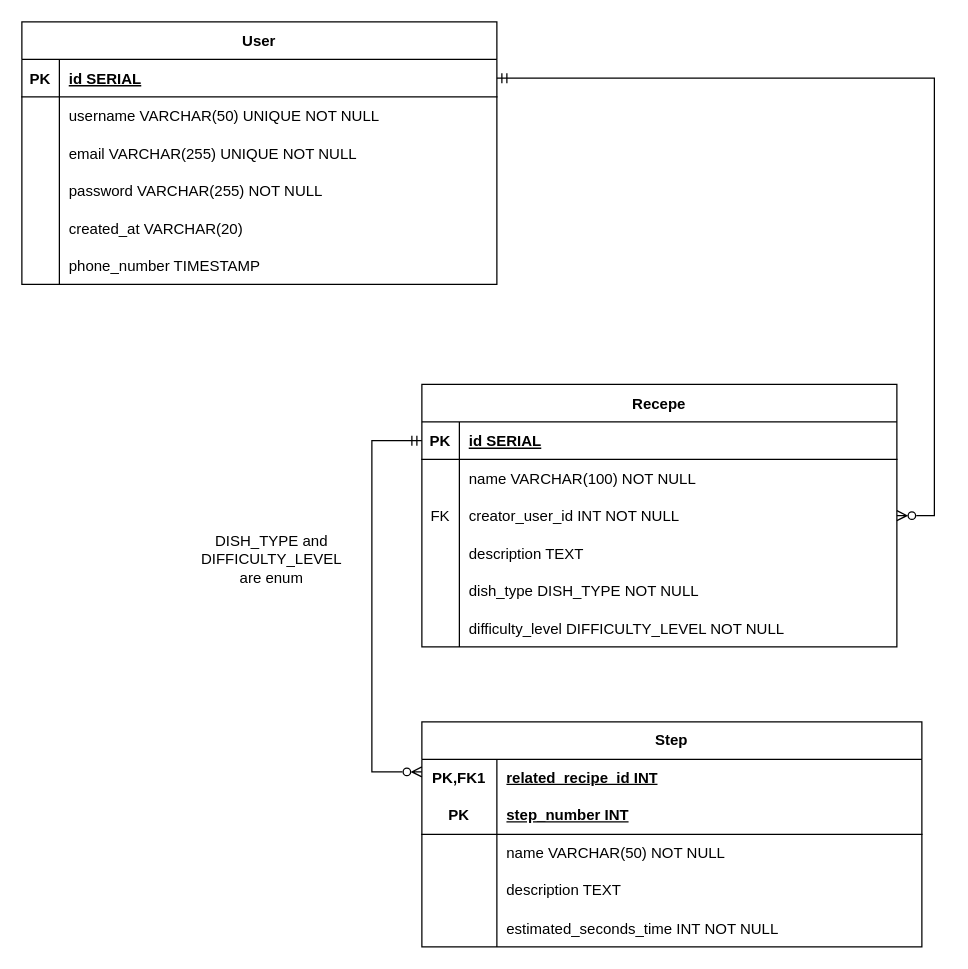
Earlier version of the draw.io diagram API_documentation/swiss_kitchen_db.drawio (CamilleTCH/MM-207-Project-Swiss-Kitchen). Source tidied: cells renumbered, new cells numbered last; positions are measured from the earlier drawing's top-left corner, leaving out a move shared by most shapes. Both pictures are drawn from the tidied source at 125%, with x=0, y=0 at pixel (21, 21).
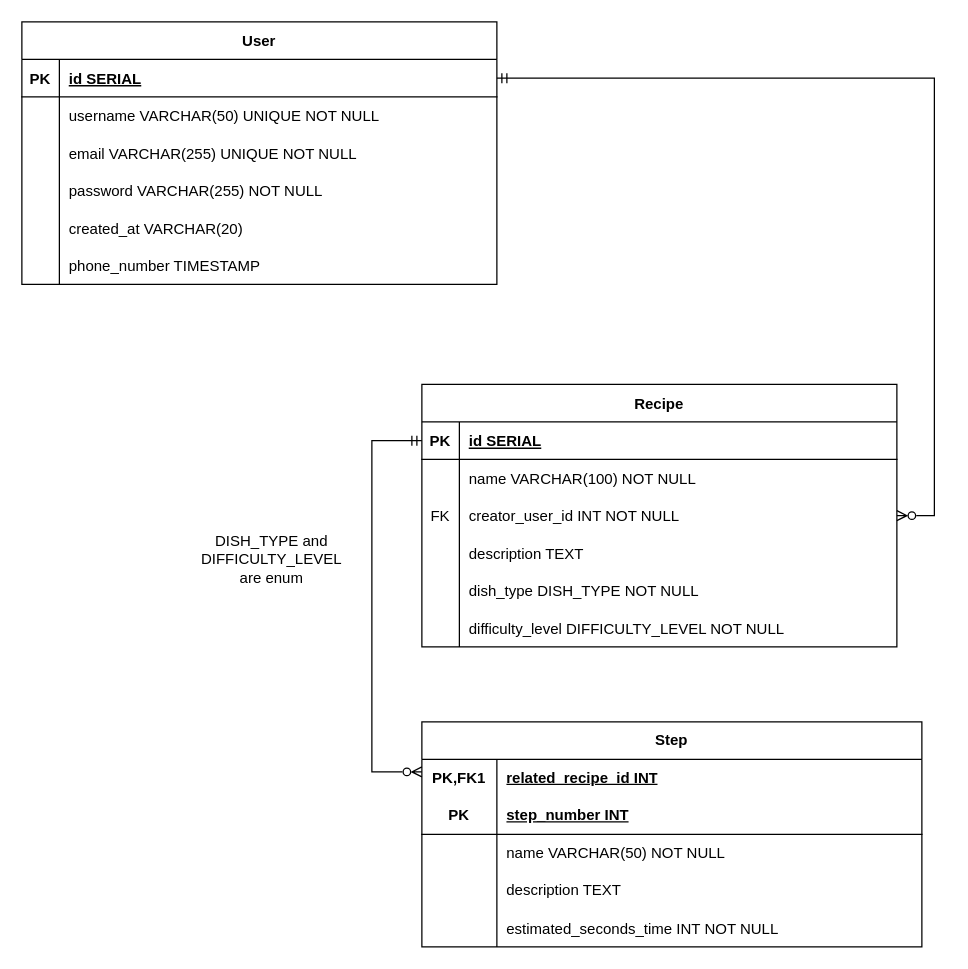
After the change.

Commit message (it also covers changes not shown here):
Added route to get one single recipe. Corrected one mistake in the database

What changed in the source:
```diff
@@
-    <mxCell id="21" value="Recepe" style="shape=table;startSize=30;childLayout=tableLayout;rowLines=0;fontStyle=1;align=center;" parent="1" vertex="1">
+    <mxCell id="21" value="Recipe" style="shape=table;startSize=30;childLayout=tableLayout;rowLines=0;fontStyle=1;align=center;" parent="1" vertex="1">
       <mxGeometry x="320" y="290" width="380" height="210" as="geometry" />
     </mxCell>
```
